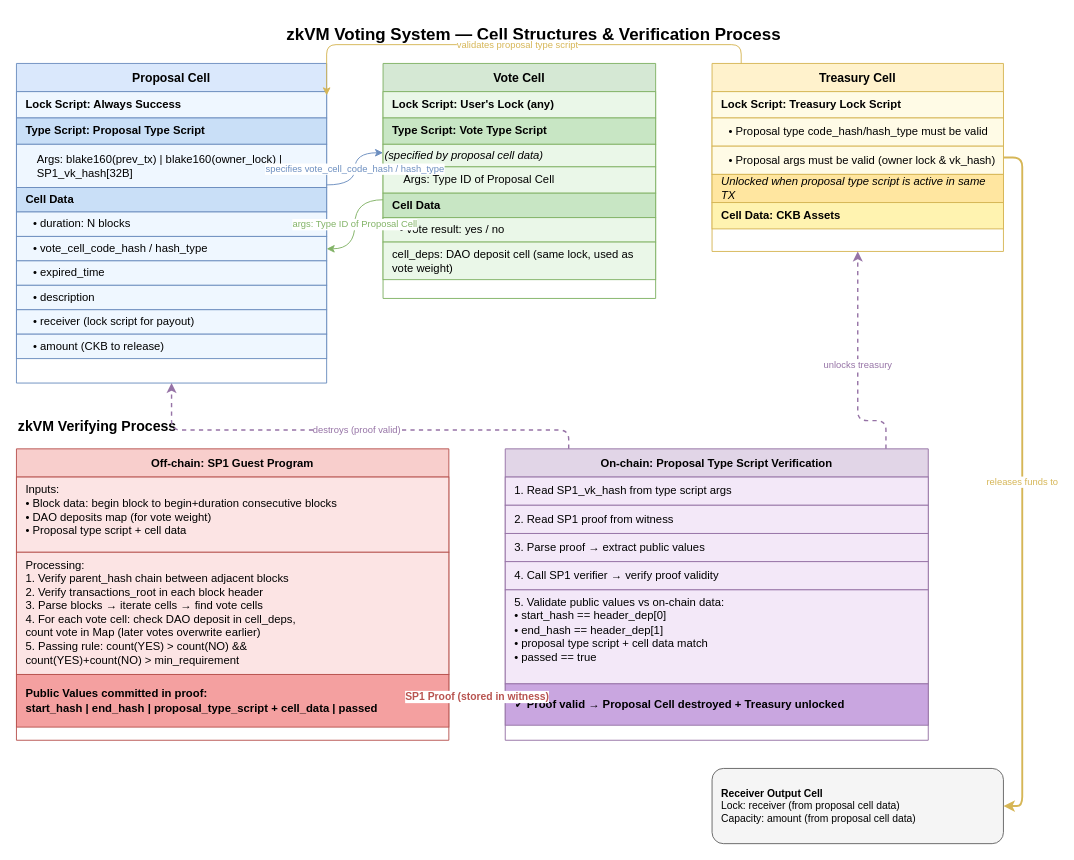
XuJiandong/ckb-vote-poc keeps this draw.io diagram as docs/design/zkvm-voting.drawio. Above is the earlier version. Source tidied: cells renumbered, new cells numbered last; positions are measured from the earlier drawing's top-left corner, leaving out a move shared by most shapes. Both pictures are drawn from the tidied source at 94%, with x=0, y=0 at pixel (16, 16).
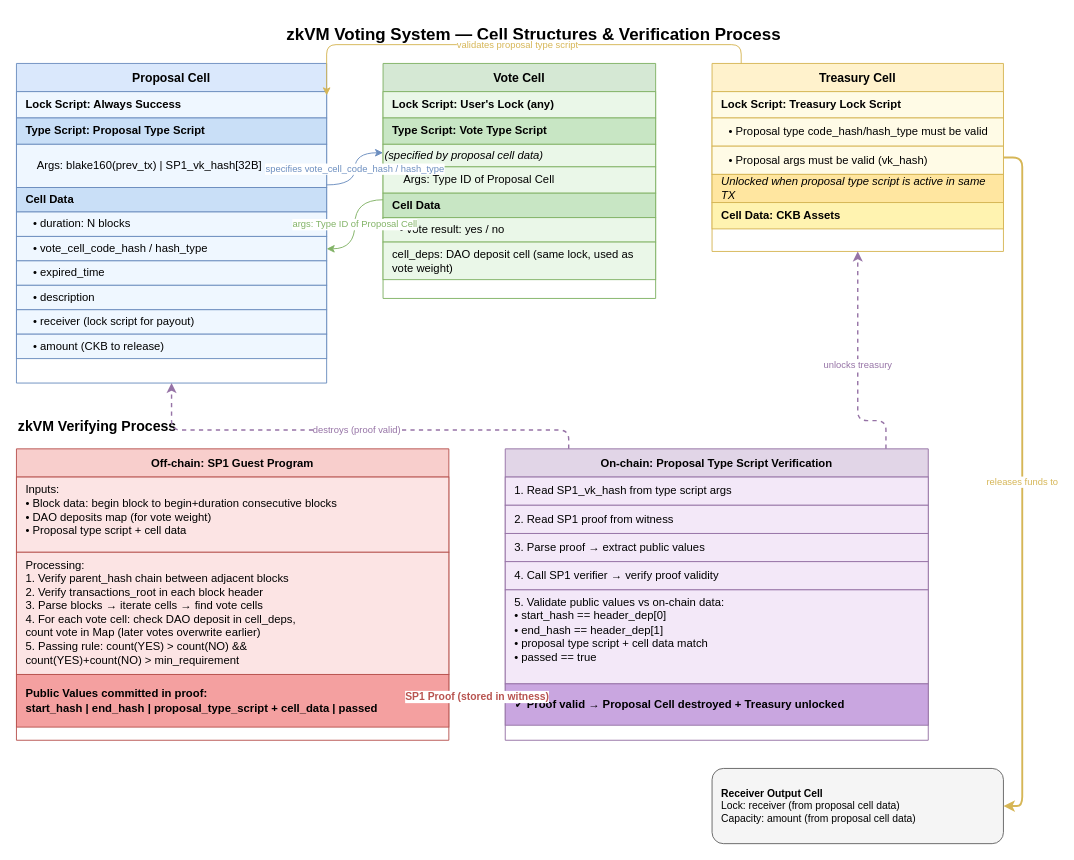
After the change.

Commit message (it also covers changes not shown here):
docs: update proposal cell creation rules and clarify voting process

Unchanged cells that the change refers to:
```xml
<mxCell id="3" value="Proposal Cell" style="swimlane;startSize=30;fillColor=#dae8fc;strokeColor=#6c8ebf;fontStyle=1;fontSize=13;" parent="1" vertex="1">
  <mxGeometry y="50" width="330" height="340" as="geometry" />
</mxCell>
<mxCell id="22" value="Treasury Cell" style="swimlane;startSize=30;fillColor=#fff2cc;strokeColor=#d6b656;fontStyle=1;fontSize=13;" parent="1" vertex="1">
  <mxGeometry x="740" y="50" width="310" height="200" as="geometry" />
</mxCell>
```

The edit, as a diff of the source:
```diff
@@
-    <mxCell id="6" value="Args: blake160(prev_tx) | blake160(owner_lock) | SP1_vk_hash[32B]" style="text;html=1;strokeColor=#6c8ebf;fillColor=#eff7ff;align=left;verticalAlign=middle;spacingLeft=20;whiteSpace=wrap;" parent="3" vertex="1">
+    <mxCell id="6" value="Args: blake160(prev_tx) | SP1_vk_hash[32B]" style="text;html=1;strokeColor=#6c8ebf;fillColor=#eff7ff;align=left;verticalAlign=middle;spacingLeft=20;whiteSpace=wrap;" parent="3" vertex="1">
       <mxGeometry y="86" width="330" height="46" as="geometry" />
     </mxCell>
@@
-    <mxCell id="25" value="• Proposal args must be valid (owner lock &amp; vk_hash)" style="text;html=1;strokeColor=#d6b656;fillColor=#fffbe6;align=left;verticalAlign=middle;spacingLeft=16;whiteSpace=wrap;" parent="22" vertex="1">
+    <mxCell id="25" value="• Proposal args must be valid (vk_hash)" style="text;html=1;strokeColor=#d6b656;fillColor=#fffbe6;align=left;verticalAlign=middle;spacingLeft=16;whiteSpace=wrap;" parent="22" vertex="1">
       <mxGeometry y="88" width="310" height="30" as="geometry" />
     </mxCell>
```
